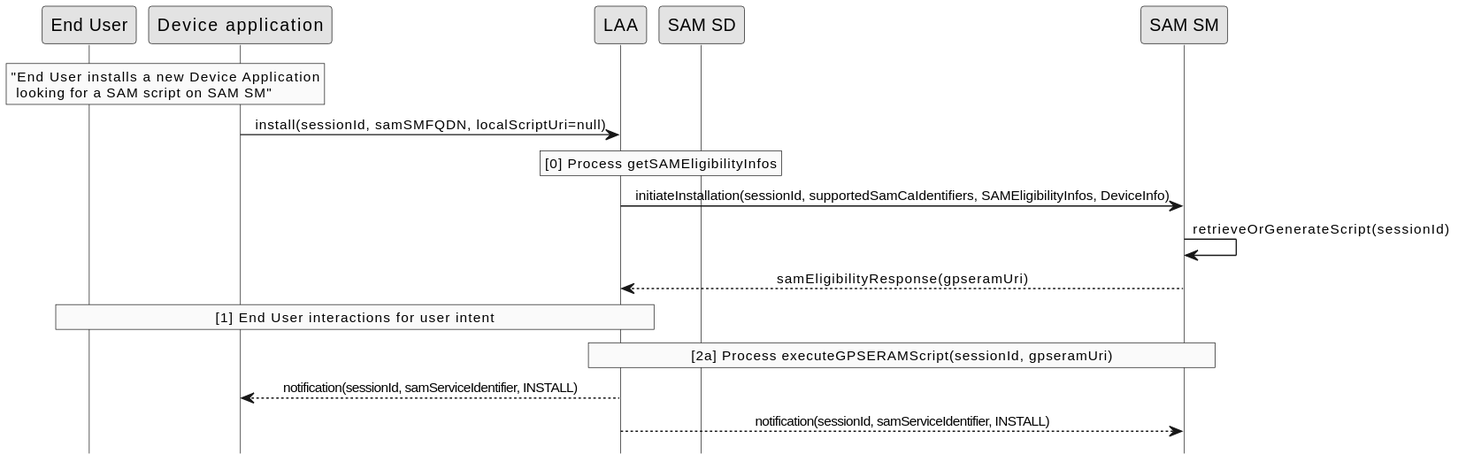
The PlantUML diagram doc/uml/install-samsm.svg in GlobalPlatform/LAA-SAM_SM-Interface, before a commit. Its diagram source:
```plantuml
@startuml
hide footbox
skinparam sequenceMessageAlign center
skinparam sequenceArrowFontSize 11
skinparam noteFontSize 11
skinparam monochrome true
skinparam lifelinestrategy solid

rnote over "End User", "Device application"
     "End User installs a new Device Application
      looking for a SAM script on SAM SM"
end rnote

"Device application" -> LAA : install(sessionId, samSMFQDN, localScriptUri=null)

rnote over "LAA", "SAM SD"
     [0] Process getSAMEligibilityInfos
end rnote

"LAA" -> "SAM SM" : initiateInstallation(sessionId, supportedKlccs, SAMEligibilityInfos, DeviceInfo)
"SAM SM" -> "SAM SM" : retrieveOrGenerateScript(sessionId)
"SAM SM" --> LAA : samEligibilityResponse(gpseramUri)

rnote over "LAA", "End User"
     [1] End User interactions for user intent
end rnote

rnote over "LAA", "SAM SM"
     [2a] Process executeGPSERAMScript(sessionId, gpseramUri)
end rnote

LAA --> "Device application" : notification(sessionId, aspSDAid, INSTALL)

LAA --> "SAM SM" : notification(sessionId, aspSDAid, INSTALL)
@enduml
```
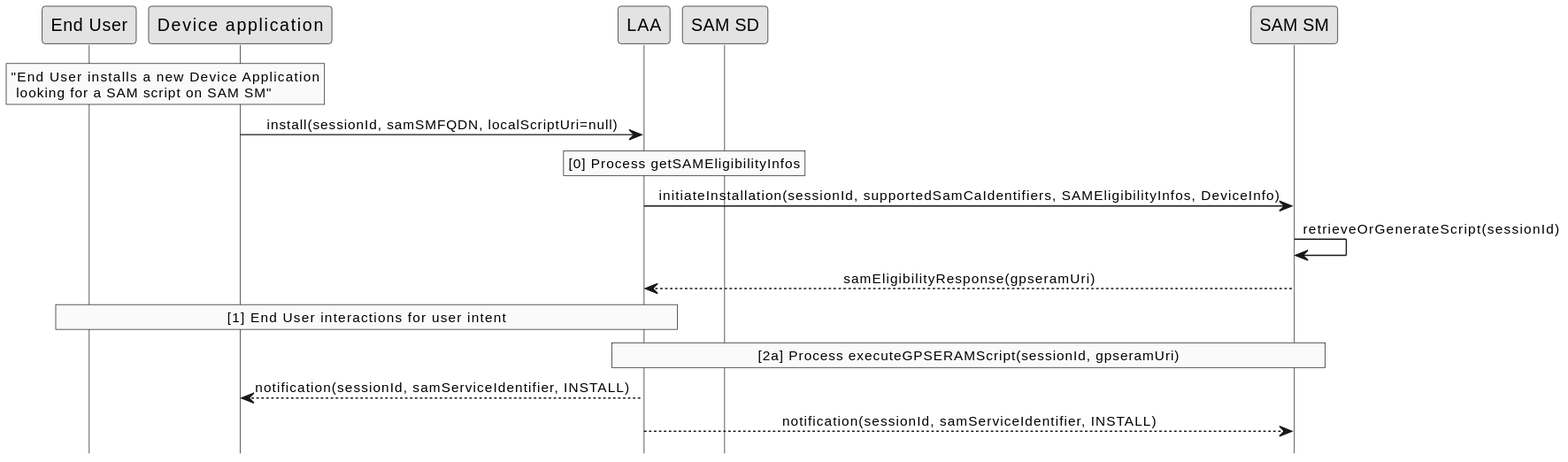
The same file after the commit.

Diff of the diagram source:
```diff
@@ -17,7 +17,7 @@
      [0] Process getSAMEligibilityInfos
 end rnote
 
-"LAA" -> "SAM SM" : initiateInstallation(sessionId, supportedKlccs, SAMEligibilityInfos, DeviceInfo)
+"LAA" -> "SAM SM" : initiateInstallation(sessionId, supportedSamCaIdentifiers, SAMEligibilityInfos, DeviceInfo)
 "SAM SM" -> "SAM SM" : retrieveOrGenerateScript(sessionId)
 "SAM SM" --> LAA : samEligibilityResponse(gpseramUri)
 
@@ -29,7 +29,7 @@
      [2a] Process executeGPSERAMScript(sessionId, gpseramUri)
 end rnote
 
-LAA --> "Device application" : notification(sessionId, aspSDAid, INSTALL)
+LAA --> "Device application" : notification(sessionId, samServiceIdentifier, INSTALL)
 
-LAA --> "SAM SM" : notification(sessionId, aspSDAid, INSTALL)
+LAA --> "SAM SM" : notification(sessionId, samServiceIdentifier, INSTALL)
 @enduml
```
